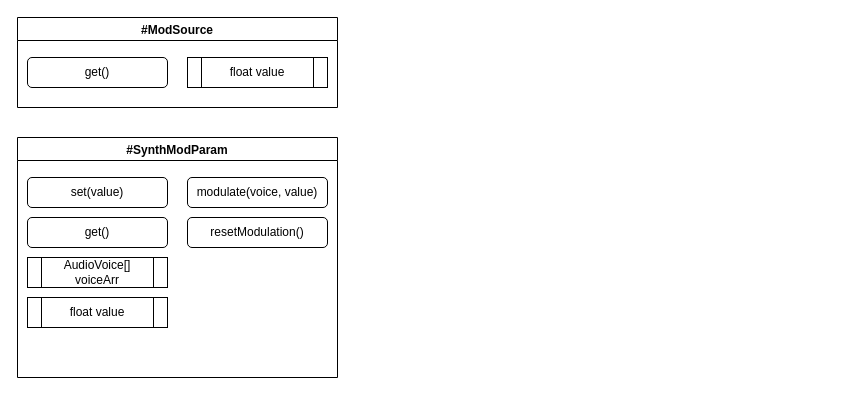
jerry20091103/Teensy_Grovebox keeps this draw.io diagram as Teensy_Grovebox_CODE/src/Audio/Diagram.drawio. Above is the earlier version. Source tidied: cells renumbered, new cells numbered last; positions are measured from the earlier drawing's top-left corner, leaving out a move shared by most shapes. Both pictures are drawn from the tidied source at 100%, with x=0, y=0 at pixel (17, 17).
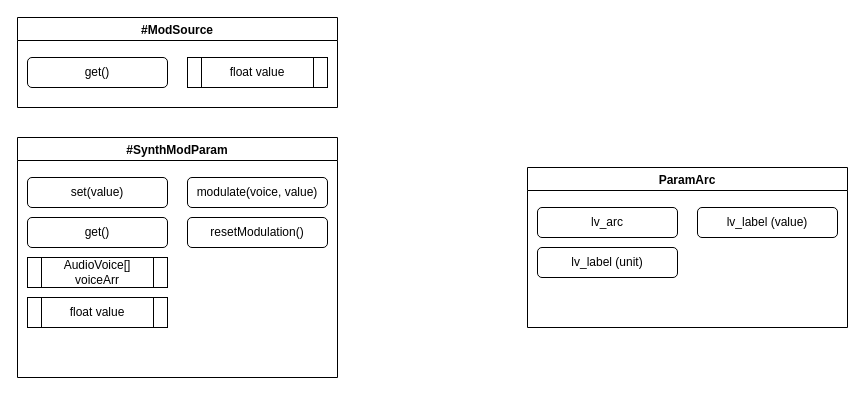
After the change.

What changed in the source:
```diff
@@
 <mxGraphModel>
   <root>
     <mxCell id="0" />
     <mxCell id="1" parent="0" />
     <mxCell id="2" value="#SynthModParam" style="swimlane;" parent="1" vertex="1">
       <mxGeometry y="120" width="320" height="240" as="geometry" />
     </mxCell>
     <mxCell id="3" value="set(value)" style="rounded=1;whiteSpace=wrap;html=1;" parent="2" vertex="1">
       <mxGeometry x="10" y="40" width="140" height="30" as="geometry" />
     </mxCell>
     <mxCell id="4" value="get()" style="rounded=1;whiteSpace=wrap;html=1;" parent="2" vertex="1">
       <mxGeometry x="10" y="80" width="140" height="30" as="geometry" />
     </mxCell>
     <mxCell id="5" value="float value" style="shape=process;whiteSpace=wrap;html=1;backgroundOutline=1;" parent="2" vertex="1">
       <mxGeometry x="10" y="160" width="140" height="30" as="geometry" />
     </mxCell>
     <mxCell id="6" value="modulate(voice, value)" style="rounded=1;whiteSpace=wrap;html=1;" parent="2" vertex="1">
       <mxGeometry x="170" y="40" width="140" height="30" as="geometry" />
     </mxCell>
     <mxCell id="7" value="AudioVoice[] voiceArr" style="shape=process;whiteSpace=wrap;html=1;backgroundOutline=1;" parent="2" vertex="1">
       <mxGeometry x="10" y="120" width="140" height="30" as="geometry" />
     </mxCell>
     <mxCell id="8" value="resetModulation()" style="rounded=1;whiteSpace=wrap;html=1;" parent="2" vertex="1">
       <mxGeometry x="170" y="80" width="140" height="30" as="geometry" />
     </mxCell>
     <mxCell id="9" value="#ModSource" style="swimlane;startSize=23;" parent="1" vertex="1">
       <mxGeometry width="320" height="90" as="geometry" />
     </mxCell>
     <mxCell id="10" value="get()" style="rounded=1;whiteSpace=wrap;html=1;" parent="9" vertex="1">
       <mxGeometry x="10" y="40" width="140" height="30" as="geometry" />
     </mxCell>
     <mxCell id="11" value="float value" style="shape=process;whiteSpace=wrap;html=1;backgroundOutline=1;" parent="9" vertex="1">
       <mxGeometry x="170" y="40" width="140" height="30" as="geometry" />
     </mxCell>
+    <mxCell id="12" value="ParamArc" style="swimlane;startSize=23;" parent="1" vertex="1">
+      <mxGeometry x="510" y="150" width="320" height="160" as="geometry" />
+    </mxCell>
+    <mxCell id="13" value="lv_arc" style="rounded=1;whiteSpace=wrap;html=1;" parent="12" vertex="1">
+      <mxGeometry x="10" y="40" width="140" height="30" as="geometry" />
+    </mxCell>
+    <mxCell id="14" value="lv_label (value)" style="rounded=1;whiteSpace=wrap;html=1;" parent="12" vertex="1">
+      <mxGeometry x="170" y="40" width="140" height="30" as="geometry" />
+    </mxCell>
+    <mxCell id="15" value="lv_label (unit)" style="rounded=1;whiteSpace=wrap;html=1;" parent="12" vertex="1">
+      <mxGeometry x="10" y="80" width="140" height="30" as="geometry" />
+    </mxCell>
   </root>
 </mxGraphModel>
```
